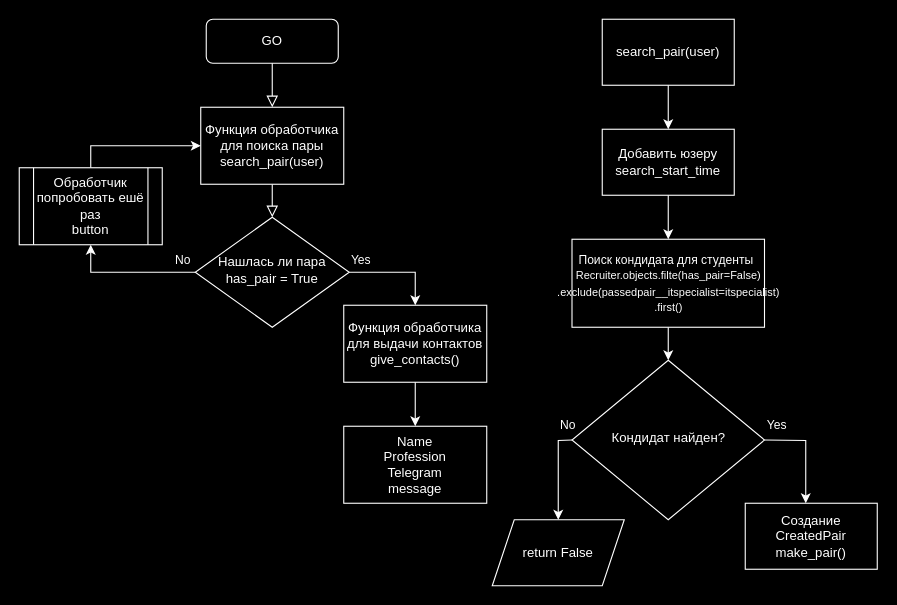
The draw.io diagram docs/flowchart_search_pair.drawio in Studio-Yandex-Practicum/RandomCoffeeBotTelegram, before the edit. Source tidied: cells renumbered, new cells numbered last; positions are measured from the earlier drawing's top-left corner, leaving out a move shared by most shapes. Both pictures are drawn from the tidied source at 110%, with x=0, y=0 at pixel (19, 19).
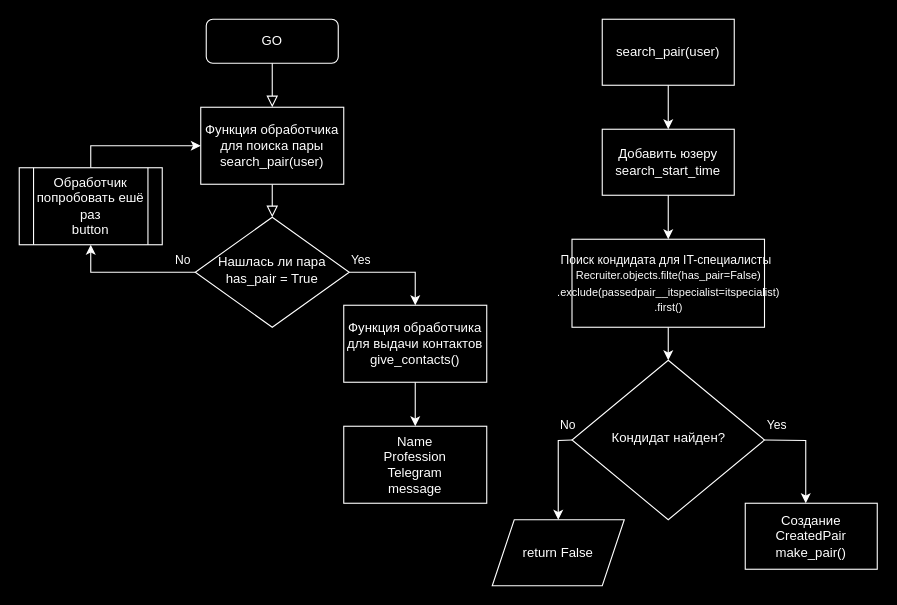
After the change.

Change to the diagram source:
```diff
@@
-    <mxCell id="27" value="&lt;font style=&quot;font-size: 10px;&quot;&gt;&lt;font style=&quot;font-size: 11px;&quot;&gt;Поиск кондидата для студенты&lt;/font&gt;&lt;span style=&quot;font-size: 8px;&quot;&gt;&amp;nbsp;&amp;nbsp;&lt;/span&gt;&lt;br&gt;&lt;span style=&quot;&quot;&gt;Recruiter.objects.filte(has_pair=False)&lt;br&gt;.exclude&lt;/span&gt;&lt;span style=&quot;&quot;&gt;(passedpair__itspecialist=itspecialist)&lt;br&gt;.first()&lt;/span&gt;&lt;/font&gt;" style="rounded=0;whiteSpace=wrap;html=1;fillColor=#000000;strokeColor=#FFFFFF;fontColor=#FFFFFF;" parent="1" vertex="1">
+    <mxCell id="27" value="&lt;font style=&quot;font-size: 10px;&quot;&gt;&lt;font style=&quot;font-size: 11px;&quot;&gt;Поиск кондидата для IT-специалисты&lt;/font&gt;&lt;span style=&quot;font-size: 8px;&quot;&gt;&amp;nbsp;&amp;nbsp;&lt;/span&gt;&lt;br&gt;&lt;span style=&quot;&quot;&gt;Recruiter.objects.filte(has_pair=False)&lt;br&gt;.exclude&lt;/span&gt;&lt;span style=&quot;&quot;&gt;(passedpair__itspecialist=itspecialist)&lt;br&gt;.first()&lt;/span&gt;&lt;/font&gt;" style="rounded=0;whiteSpace=wrap;html=1;fillColor=#000000;strokeColor=#FFFFFF;fontColor=#FFFFFF;" parent="1" vertex="1">
       <mxGeometry x="502.5" y="200" width="175" height="80" as="geometry" />
     </mxCell>
```
